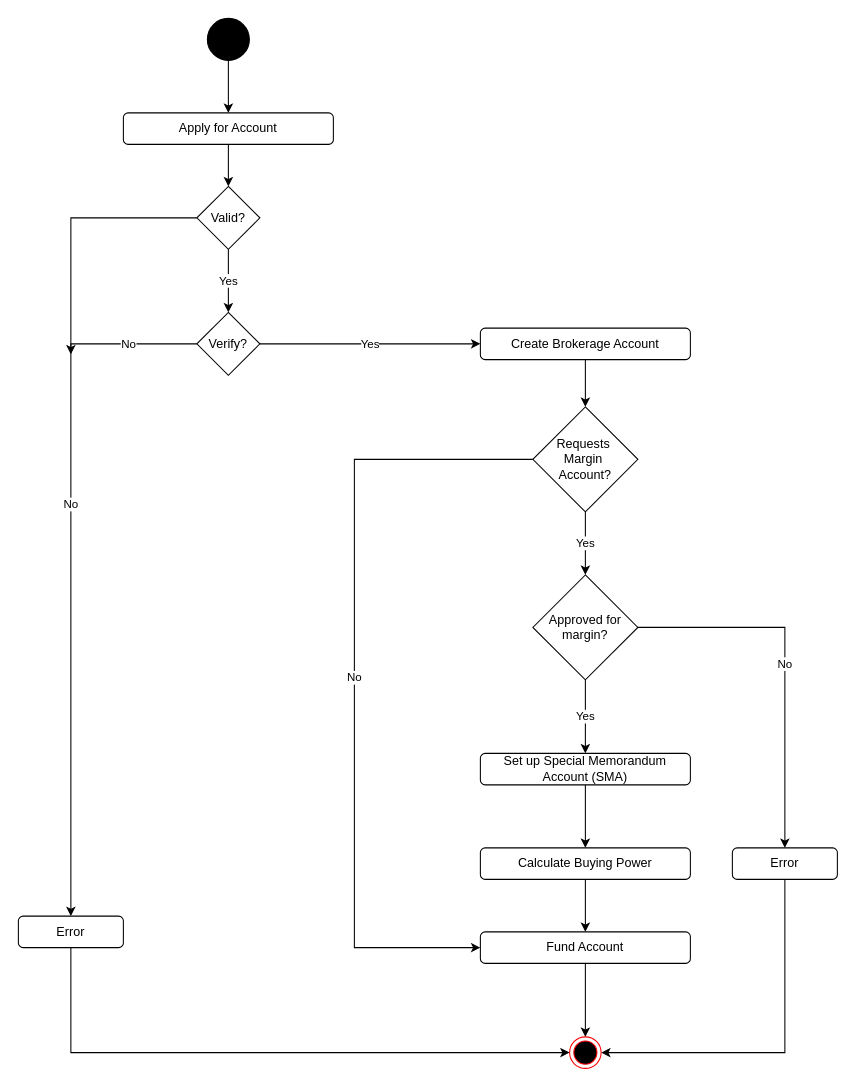
dgboulger/SpoofTraderMarket keeps this draw.io diagram as UC1:CreateAccount.drawio. Above is the earlier version. Source tidied: cells renumbered, new cells numbered last; positions are measured from the earlier drawing's top-left corner, leaving out a move shared by most shapes. Both pictures are drawn from the tidied source at 105%, with x=0, y=0 at pixel (18, 18).
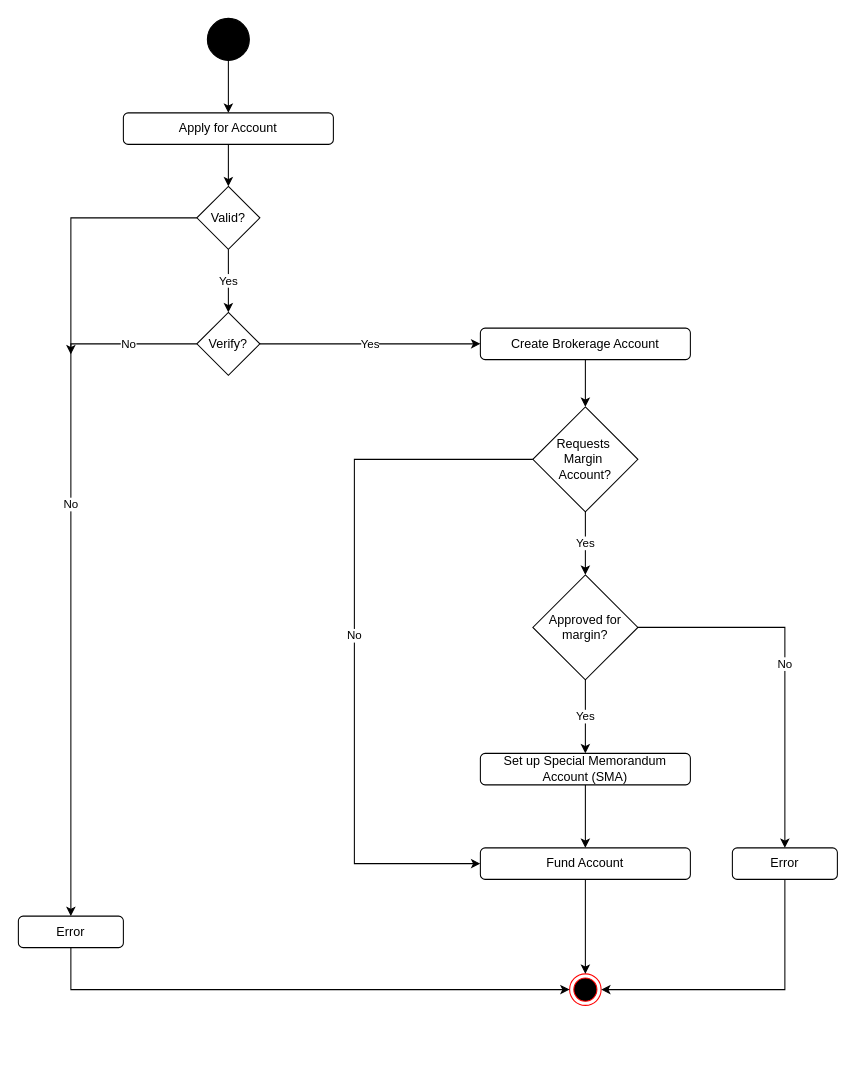
The same diagram, later.

The change refers to these unchanged cells:
```xml
<mxCell id="14" value="Set up Special Memorandum Account (SMA)" style="rounded=1;whiteSpace=wrap;html=1;fillColor=#FFFFFF;" parent="1" vertex="1">
  <mxGeometry x="440" y="700" width="200" height="30" as="geometry" />
</mxCell>
<mxCell id="21" value="Error" style="rounded=1;whiteSpace=wrap;html=1;fillColor=#FFFFFF;" parent="1" vertex="1">
  <mxGeometry y="855" width="100" height="30" as="geometry" />
</mxCell>
<mxCell id="25" value="Requests&amp;nbsp;&lt;br&gt;Margin&amp;nbsp;&lt;br&gt;Account?" style="rhombus;whiteSpace=wrap;html=1;fillColor=#FFFFFF;" parent="1" vertex="1">
  <mxGeometry x="490" y="370" width="100" height="100" as="geometry" />
</mxCell>
```

Diff of the diagram source:
```diff
@@
     <mxCell id="10" value="No" style="edgeStyle=orthogonalEdgeStyle;rounded=0;jettySize=auto;html=1;entryX=0;entryY=0.5;entryDx=0;entryDy=0;exitX=0;exitY=0.5;exitDx=0;exitDy=0;" parent="1" edge="1" source="25" target="23">
       <mxGeometry relative="1" as="geometry">
         <Array as="points">
           <mxPoint x="320" y="420" />
-          <mxPoint x="320" y="885" />
+          <mxPoint x="320" y="805" />
         </Array>
       </mxGeometry>
     </mxCell>
@@
-    <mxCell id="13" style="edgeStyle=orthogonalEdgeStyle;rounded=0;jettySize=auto;html=1;" parent="1" edge="1" source="14" target="16">
-      <mxGeometry relative="1" as="geometry" />
+    <mxCell id="13" style="edgeStyle=orthogonalEdgeStyle;rounded=0;jettySize=auto;html=1;" parent="1" edge="1" source="14">
+      <mxGeometry relative="1" as="geometry">
+        <mxPoint x="540" y="790" as="targetPoint" />
+      </mxGeometry>
     </mxCell>
@@
-    <mxCell id="15" style="edgeStyle=orthogonalEdgeStyle;rounded=0;jettySize=auto;html=1;endArrow=classic;endFill=1;" parent="1" edge="1" source="16" target="23">
-      <mxGeometry relative="1" as="geometry" />
-    </mxCell>
-    <mxCell id="16" value="&lt;span&gt;Calculate Buying Power&lt;/span&gt;" style="rounded=1;whiteSpace=wrap;html=1;fillColor=#FFFFFF;" parent="1" vertex="1">
-      <mxGeometry x="440" y="790" width="200" height="30" as="geometry" />
-    </mxCell>
     <mxCell id="17" style="ellipse;html=1;shape=endState;fillColor=#000000;strokeColor=#ff0000;" parent="1" vertex="1">
-      <mxGeometry x="525" y="970" width="30" height="30" as="geometry" />
+      <mxGeometry x="525" y="910" width="30" height="30" as="geometry" />
     </mxCell>
@@
     <mxCell id="20" style="edgeStyle=orthogonalEdgeStyle;rounded=0;jettySize=auto;html=1;entryX=0;entryY=0.5;entryDx=0;entryDy=0;" parent="1" edge="1" source="21" target="17">
       <mxGeometry relative="1" as="geometry">
         <Array as="points">
-          <mxPoint x="50" y="985" />
+          <mxPoint x="50" y="925" />
         </Array>
       </mxGeometry>
     </mxCell>
@@
     <mxCell id="23" value="Fund Account" style="rounded=1;whiteSpace=wrap;html=1;fillColor=#FFFFFF;" parent="1" vertex="1">
-      <mxGeometry x="440" y="870" width="200" height="30" as="geometry" />
+      <mxGeometry x="440" y="790" width="200" height="30" as="geometry" />
     </mxCell>
```
